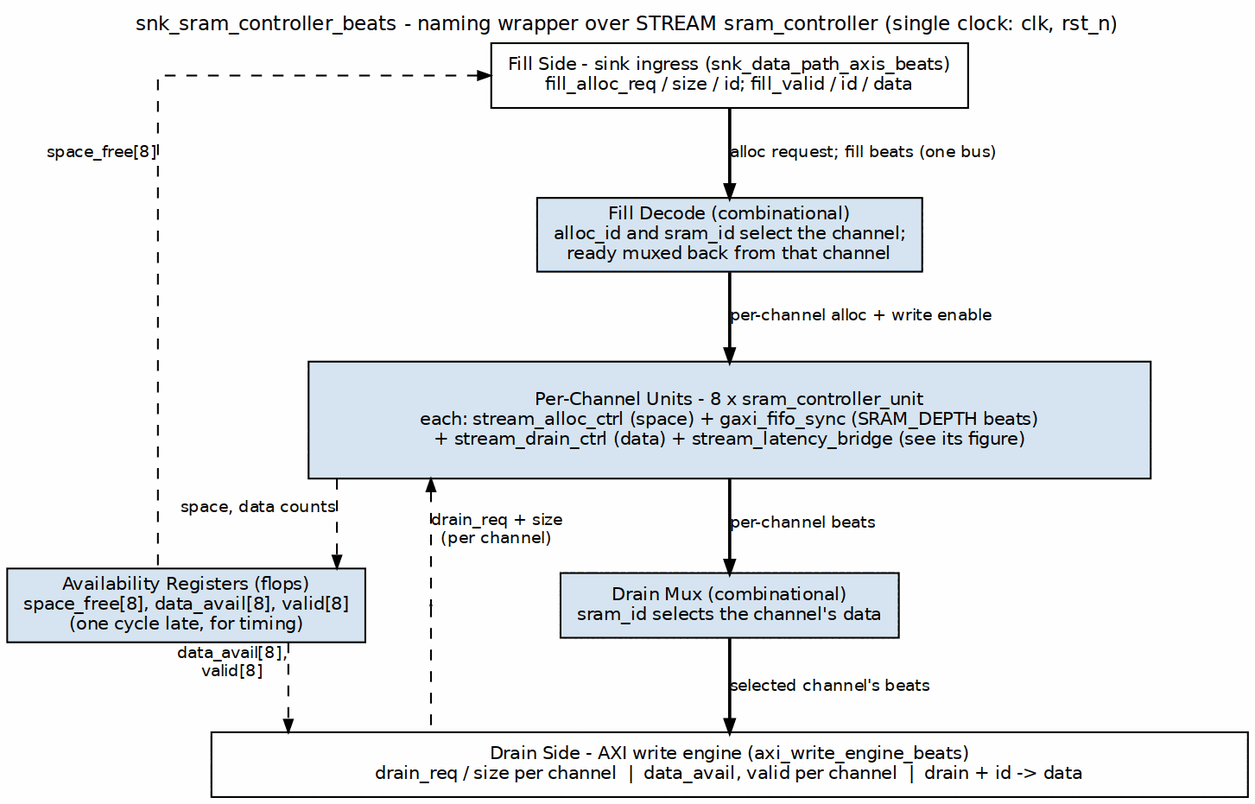
Earlier version of the Graphviz export projects/components/dma-ip/rapids/docs/rapids_beats_mas/assets/graphviz/15_snk_sram_controller.png (sean-galloway/RTLDesignSherpa). Its source is kept beside it as projects/components/dma-ip/rapids/docs/rapids_beats_mas/assets/graphviz/15_snk_sram_controller.dot. The source it was exported from:
```dot
digraph snk_sram_controller_beats {
    graph [rankdir=TB, bgcolor="white", fontname="Helvetica", fontsize=11,
           nodesep="0.50", ranksep="0.55", splines=ortho,
           label="snk_sram_controller_beats - naming wrapper over STREAM sram_controller (single clock: clk, rst_n)", labelloc=t, labeljust=c];
    node  [fontname="Helvetica", fontsize=10, shape=box, style=filled,
           fillcolor="#D6E4F0", color="black", margin="0.12,0.06"];
    edge  [fontname="Helvetica", fontsize=9, color="black", arrowsize=0.7];

    fill  [label="Fill Side - sink ingress (snk_data_path_axis_beats)\nfill_alloc_req / size / id; fill_valid / id / data", fillcolor="white", group=C];
    dec   [label="Fill Decode (combinational)\nalloc_id and sram_id select the channel;\nready muxed back from that channel", group=C];
    units [label="Per-Channel Units - 8 x sram_controller_unit\neach: stream_alloc_ctrl (space) + gaxi_fifo_sync (SRAM_DEPTH beats)\n+ stream_drain_ctrl (data) + stream_latency_bridge (see its figure)", width=6.5, height=0.9, group=C];
    mux   [label="Drain Mux (combinational)\nsram_id selects the channel's data", group=C];
    stat  [label="Availability Registers (flops)\nspace_free[8], data_avail[8], valid[8]\n(one cycle late, for timing)", group=R];
    drain [label="Drain Side - AXI write engine (axi_write_engine_beats)\ndrain_req / size per channel  |  data_avail, valid per channel  |  drain + id -> data", fillcolor="white", width=8.0, group=C];

    fill  -> dec   [label="alloc request; fill beats (one bus)", penwidth=1.8];
    dec   -> units [label="per-channel alloc + write enable", penwidth=1.8];
    units -> mux   [label="per-channel beats", penwidth=1.8];
    mux   -> drain [label="selected channel's beats", penwidth=1.8];
    units -> stat  [style=dashed, xlabel="space, data counts"];
    stat  -> drain [style=dashed, xlabel="data_avail[8],\nvalid[8]"];
    fill  -> stat  [dir=back, style=dashed, constraint=false, xlabel="space_free[8]"];
    p_dr  [shape=point, width=0.01, group=L];
    { rank=same; p_dr; mux; }
    p_dr -> mux [style=invis];
    units -> p_dr [dir=back, style=dashed, xlabel="drain_req + size\n(per channel)"];
    p_dr -> drain [dir=none, style=dashed];
}
```
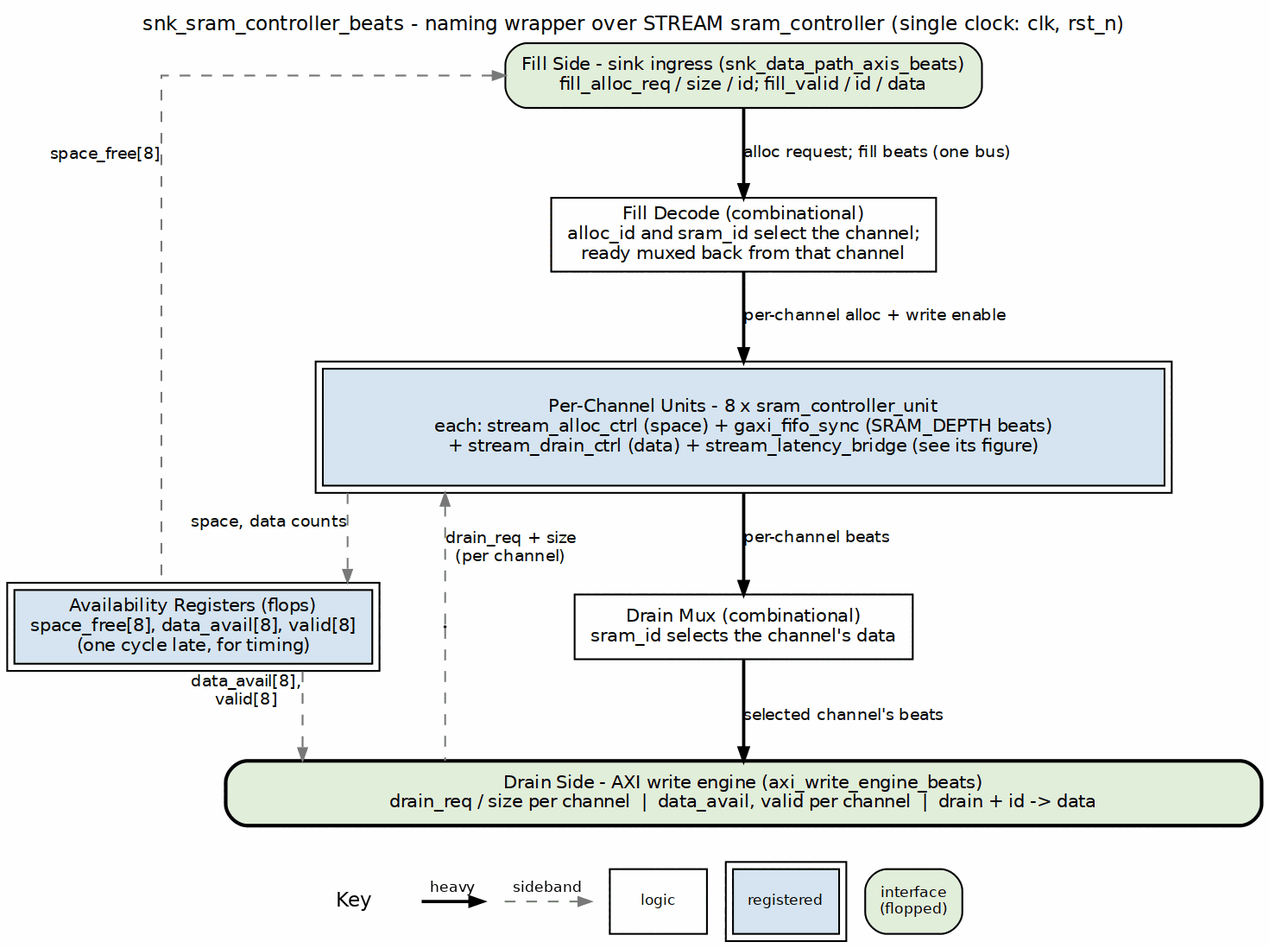
The same diagram one commit later.

Diff of the diagram source:
```diff
@@ -3,26 +3,26 @@
            nodesep="0.50", ranksep="0.55", splines=ortho,
            label="snk_sram_controller_beats - naming wrapper over STREAM sram_controller (single clock: clk, rst_n)", labelloc=t, labeljust=c];
     node  [fontname="Helvetica", fontsize=10, shape=box, style=filled,
-           fillcolor="#D6E4F0", color="black", margin="0.12,0.06"];
+           fillcolor="white", color="black", margin="0.12,0.06"];
     edge  [fontname="Helvetica", fontsize=9, color="black", arrowsize=0.7];
 
-    fill  [label="Fill Side - sink ingress (snk_data_path_axis_beats)\nfill_alloc_req / size / id; fill_valid / id / data", fillcolor="white", group=C];
-    dec   [label="Fill Decode (combinational)\nalloc_id and sram_id select the channel;\nready muxed back from that channel", group=C];
-    units [label="Per-Channel Units - 8 x sram_controller_unit\neach: stream_alloc_ctrl (space) + gaxi_fifo_sync (SRAM_DEPTH beats)\n+ stream_drain_ctrl (data) + stream_latency_bridge (see its figure)", width=6.5, height=0.9, group=C];
-    mux   [label="Drain Mux (combinational)\nsram_id selects the channel's data", group=C];
-    stat  [label="Availability Registers (flops)\nspace_free[8], data_avail[8], valid[8]\n(one cycle late, for timing)", group=R];
-    drain [label="Drain Side - AXI write engine (axi_write_engine_beats)\ndrain_req / size per channel  |  data_avail, valid per channel  |  drain + id -> data", fillcolor="white", width=8.0, group=C];
+    fill  [label="Fill Side - sink ingress (snk_data_path_axis_beats)\nfill_alloc_req / size / id; fill_valid / id / data", fillcolor="white", group=C, style="rounded,filled", fillcolor="#E2EFDA"];
+    dec   [label="Fill Decode (combinational)\nalloc_id and sram_id select the channel;\nready muxed back from that channel", group=C, style="filled", fillcolor="white"];
+    units [label="Per-Channel Units - 8 x sram_controller_unit\neach: stream_alloc_ctrl (space) + gaxi_fifo_sync (SRAM_DEPTH beats)\n+ stream_drain_ctrl (data) + stream_latency_bridge (see its figure)", width=6.5, height=0.9, group=C, peripheries=2, style="filled", fillcolor="#D6E4F0"];
+    mux   [label="Drain Mux (combinational)\nsram_id selects the channel's data", group=C, style="filled", fillcolor="white"];
+    stat  [label="Availability Registers (flops)\nspace_free[8], data_avail[8], valid[8]\n(one cycle late, for timing)", group=R, peripheries=2, style="filled", fillcolor="#D6E4F0"];
+    drain [label="Drain Side - AXI write engine (axi_write_engine_beats)\ndrain_req / size per channel  |  data_avail, valid per channel  |  drain + id -> data", fillcolor="white", width=8.0, group=C, style="rounded,filled,bold", fillcolor="#E2EFDA"];
 
     fill  -> dec   [label="alloc request; fill beats (one bus)", penwidth=1.8];
     dec   -> units [label="per-channel alloc + write enable", penwidth=1.8];
     units -> mux   [label="per-channel beats", penwidth=1.8];
     mux   -> drain [label="selected channel's beats", penwidth=1.8];
-    units -> stat  [style=dashed, xlabel="space, data counts"];
-    stat  -> drain [style=dashed, xlabel="data_avail[8],\nvalid[8]"];
-    fill  -> stat  [dir=back, style=dashed, constraint=false, xlabel="space_free[8]"];
+    units -> stat  [style=dashed, color="#777777", xlabel="space, data counts"];
+    stat  -> drain [style=dashed, color="#777777", xlabel="data_avail[8],\nvalid[8]"];
+    fill  -> stat  [dir=back, style=dashed, color="#777777", constraint=false, xlabel="space_free[8]"];
     p_dr  [shape=point, width=0.01, group=L];
     { rank=same; p_dr; mux; }
     p_dr -> mux [style=invis];
-    units -> p_dr [dir=back, style=dashed, xlabel="drain_req + size\n(per channel)"];
-    p_dr -> drain [dir=none, style=dashed];
+    units -> p_dr [dir=back, style=dashed, color="#777777", xlabel="drain_req + size\n(per channel)"];
+    p_dr -> drain [dir=none, style=dashed, color="#777777"];
 }
```
